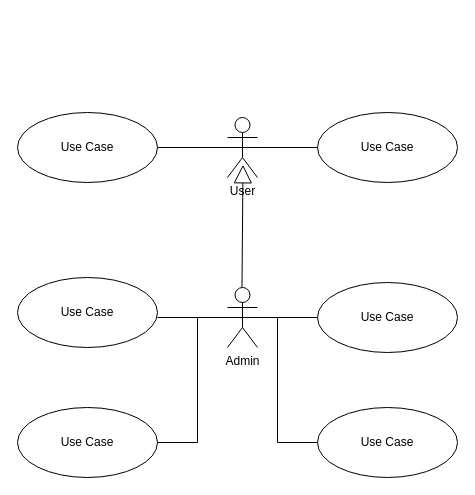
This is gang_of_crooks.drawio from puip34/base_gang_of_crooks, a draw.io file, before an edit. Source tidied: cells renumbered, new cells numbered last; positions are measured from the earlier drawing's top-left corner, leaving out a move shared by most shapes. Both pictures are drawn from the tidied source at 100%, with x=0, y=0 at pixel (17, 112).
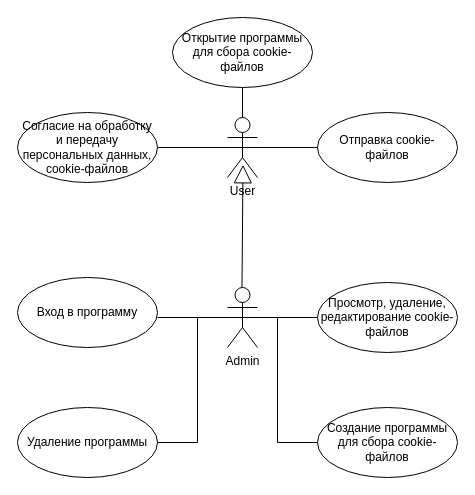
The same page after the edit.

Unchanged cells that the change refers to:
```xml
<mxCell id="3" value="User" style="shape=umlActor;verticalLabelPosition=bottom;verticalAlign=top;html=1;" parent="1" vertex="1">
  <mxGeometry x="210" y="5" width="30" height="60" as="geometry" />
</mxCell>
```

The edit, as a diff of the source:
```diff
@@
-    <mxCell id="5" value="Use Case" style="ellipse;whiteSpace=wrap;html=1;" parent="1" vertex="1">
+    <mxCell id="5" value="Согласие на обработку и передачу персональных данных, cookie-файлов" style="ellipse;whiteSpace=wrap;html=1;" parent="1" vertex="1">
       <mxGeometry width="140" height="70" as="geometry" />
     </mxCell>
-    <mxCell id="6" value="Use Case" style="ellipse;whiteSpace=wrap;html=1;" parent="1" vertex="1">
+    <mxCell id="6" value="Отправка cookie-файлов" style="ellipse;whiteSpace=wrap;html=1;" parent="1" vertex="1">
       <mxGeometry x="300" width="140" height="70" as="geometry" />
     </mxCell>
-    <mxCell id="7" value="Use Case" style="ellipse;whiteSpace=wrap;html=1;" parent="1" vertex="1">
+    <mxCell id="7" value="Вход в программу" style="ellipse;whiteSpace=wrap;html=1;" parent="1" vertex="1">
       <mxGeometry y="165" width="140" height="70" as="geometry" />
     </mxCell>
-    <mxCell id="8" value="Use Case" style="ellipse;whiteSpace=wrap;html=1;" parent="1" vertex="1">
+    <mxCell id="8" value="Просмотр, удаление, редактирование cookie-файлов" style="ellipse;whiteSpace=wrap;html=1;" parent="1" vertex="1">
       <mxGeometry x="300" y="170" width="140" height="70" as="geometry" />
     </mxCell>
-    <mxCell id="9" value="Use Case" style="ellipse;whiteSpace=wrap;html=1;" parent="1" vertex="1">
+    <mxCell id="9" value="Создание программы для сбора cookie-файлов" style="ellipse;whiteSpace=wrap;html=1;" parent="1" vertex="1">
       <mxGeometry x="300" y="295" width="140" height="70" as="geometry" />
     </mxCell>
-    <mxCell id="10" value="Use Case" style="ellipse;whiteSpace=wrap;html=1;" parent="1" vertex="1">
+    <mxCell id="10" value="Удаление программы" style="ellipse;whiteSpace=wrap;html=1;" parent="1" vertex="1">
       <mxGeometry y="295" width="140" height="70" as="geometry" />
     </mxCell>
@@
-    <mxCell id="13" style="endArrow=none;html=1;rounded=0;exitX=1;exitY=0.5;exitDx=0;exitDy=0;" parent="1" edge="1" source="10">
+    <mxCell id="13" style="endArrow=none;html=1;rounded=0;exitX=1;exitY=0.5;exitDx=0;exitDy=0;" parent="1" edge="1">
       <mxGeometry relative="1" as="geometry">
+        <mxPoint x="140" y="330" as="sourcePoint" />
         <mxPoint x="180" y="205" as="targetPoint" />
         <Array as="points">
           <mxPoint x="180" y="330" />
         </Array>
       </mxGeometry>
     </mxCell>
-    <mxCell id="14" style="endArrow=none;html=1;rounded=0;exitX=0;exitY=0.5;exitDx=0;exitDy=0;" parent="1" edge="1" source="9">
+    <mxCell id="14" style="endArrow=none;html=1;rounded=0;exitX=0;exitY=0.5;exitDx=0;exitDy=0;" parent="1" edge="1">
       <mxGeometry relative="1" as="geometry">
+        <mxPoint x="300" y="330" as="sourcePoint" />
         <mxPoint x="260" y="205" as="targetPoint" />
         <Array as="points">
           <mxPoint x="260" y="330" />
         </Array>
       </mxGeometry>
     </mxCell>
@@
+    <mxCell id="17" style="endArrow=none;html=1;rounded=0;exitX=0.5;exitY=0;exitDx=0;exitDy=0;exitPerimeter=0;entryX=0.5;entryY=1;entryDx=0;entryDy=0;" parent="1" edge="1" source="3" target="18">
+      <mxGeometry relative="1" as="geometry" />
+    </mxCell>
+    <mxCell id="18" value="Открытие программы для сбора cookie-файлов" style="ellipse;whiteSpace=wrap;html=1;" parent="1" vertex="1">
+      <mxGeometry x="155" y="-95" width="140" height="70" as="geometry" />
+    </mxCell>
```
